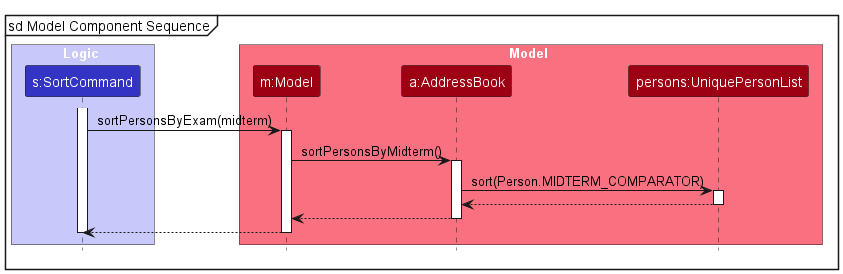
yoyongxuan/tp keeps this PlantUML diagram as docs/images/SortSequenceDiagram-Model.png. Above is the earlier version. The source it was exported from:
```plantuml
@startuml SortSequenceDiagram-Model.puml
!include style.puml
skinparam ArrowFontStyle plain
mainframe sd Model Component Sequence

box Logic LOGIC_COLOR_T1
participant "s:SortCommand" as SortCommand LOGIC_COLOR
end box

box Model MODEL_COLOR_T1
participant "m:Model" as Model MODEL_COLOR
participant "a:AddressBook" as AddressBook MODEL_COLOR
participant "persons:UniquePersonList" as UniquePersonList MODEL_COLOR
end box

activate SortCommand

SortCommand -> Model : sortPersonsByExam(midterm)
activate Model

Model -> AddressBook : sortPersonsByMidterm()
activate AddressBook

AddressBook -> UniquePersonList : sort(Person.MIDTERM_COMPARATOR)
activate UniquePersonList

UniquePersonList --> AddressBook
deactivate UniquePersonList

AddressBook --> Model
deactivate AddressBook

Model --> SortCommand
deactivate Model

deactivate SortCommand

@enduml
```
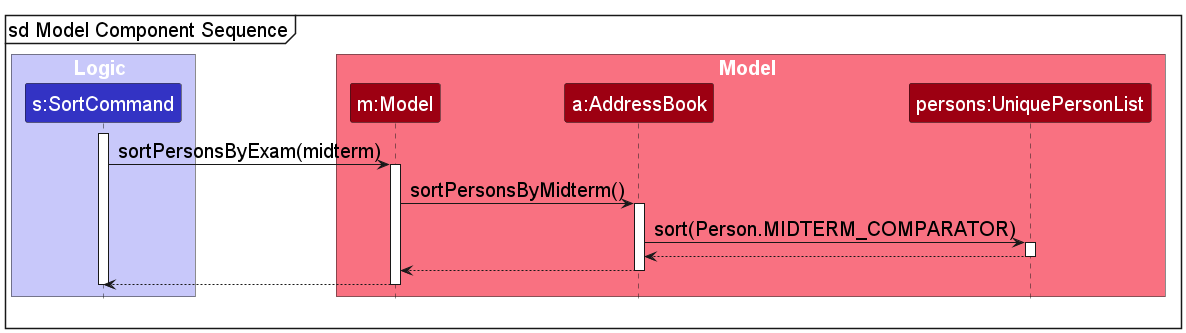
After the commit.

Commit message:
Updated UML diagram fonts and use cases

Diff of the diagram source:
```diff
@@ -1,7 +1,9 @@
 @startuml SortSequenceDiagram-Model.puml
 !include style.puml
 skinparam ArrowFontStyle plain
-mainframe sd Model Component Sequence
+skinparam DefaultFontSize 20
+
+mainframe <size:20>sd Model Component Sequence</size>
 
 box Logic LOGIC_COLOR_T1
 participant "s:SortCommand" as SortCommand LOGIC_COLOR
```
